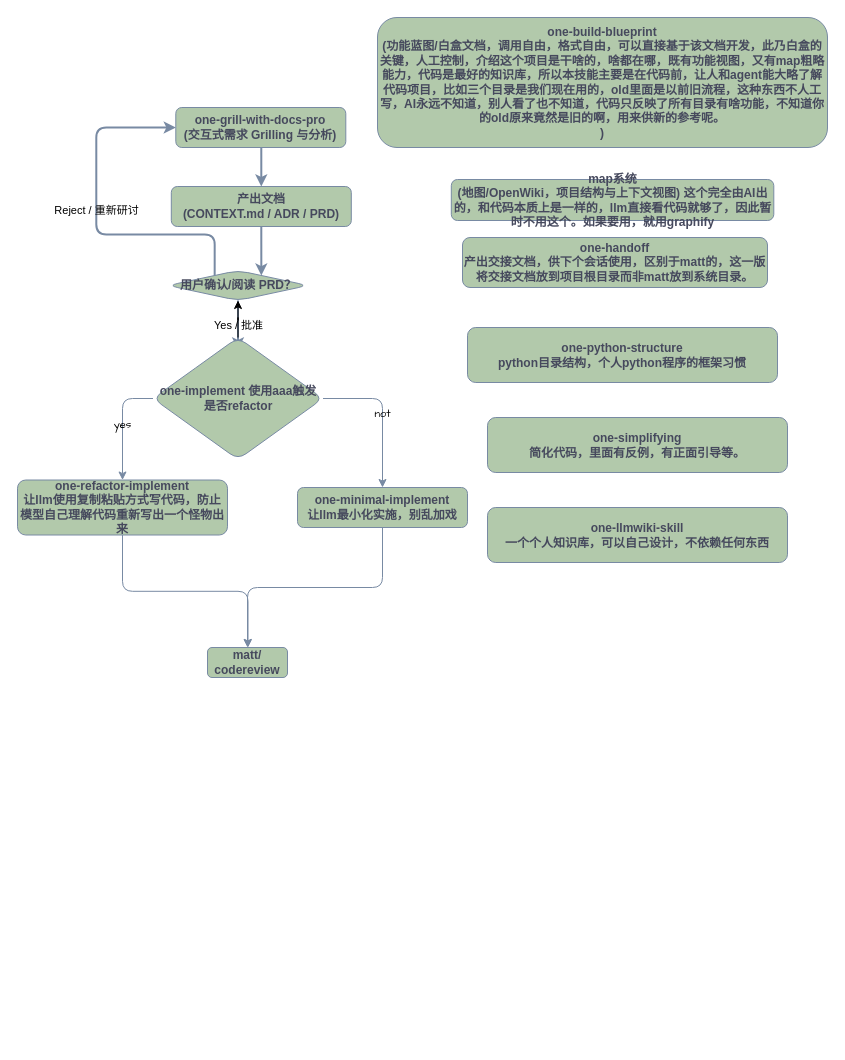
The draw.io diagram skills.drawio in wupengbo125/one-skills, before the edit. Source tidied: cells renumbered, new cells numbered last; positions are measured from the earlier drawing's top-left corner, leaving out a move shared by most shapes. Both pictures are drawn from the tidied source at 100%, with x=0, y=0 at pixel (17, 17).
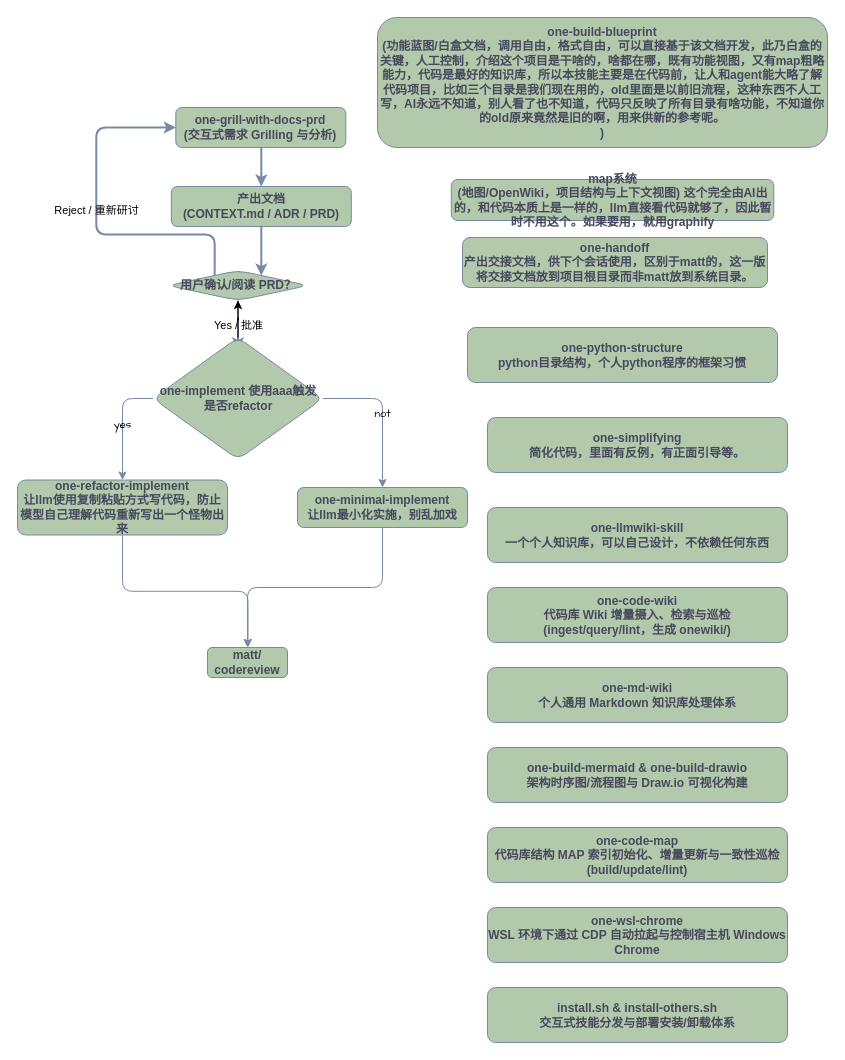
After the change.

The edit, as a diff of the source:
```diff
@@
-    <mxCell id="4" value="one-grill-with-docs-pro&lt;br&gt;(交互式需求 Grilling 与分析)" style="whiteSpace=wrap;html=1;fillColor=#B2C9AB;strokeColor=#788AA3;fontStyle=1;rounded=1;labelBackgroundColor=none;fontColor=#46495D;" parent="1" vertex="1">
+    <mxCell id="4" value="one-grill-with-docs-prd&lt;br&gt;(交互式需求 Grilling 与分析)" style="whiteSpace=wrap;html=1;fillColor=#B2C9AB;strokeColor=#788AA3;fontStyle=1;rounded=1;labelBackgroundColor=none;fontColor=#46495D;" parent="1" vertex="1">
       <mxGeometry x="158.3" y="90" width="170" height="40" as="geometry" />
     </mxCell>
@@
+    <mxCell id="25" value="one-code-wiki&lt;br&gt;代码库 Wiki 增量摄入、检索与巡检 (ingest/query/lint，生成 onewiki/)" style="whiteSpace=wrap;html=1;fillColor=#B2C9AB;strokeColor=#788AA3;fontStyle=1;rounded=1;labelBackgroundColor=none;fontColor=#46495D;" parent="1" vertex="1">
+      <mxGeometry x="470" y="570" width="300" height="55" as="geometry" />
+    </mxCell>
+    <mxCell id="26" value="one-md-wiki&lt;br&gt;个人通用 Markdown 知识库处理体系" style="whiteSpace=wrap;html=1;fillColor=#B2C9AB;strokeColor=#788AA3;fontStyle=1;rounded=1;labelBackgroundColor=none;fontColor=#46495D;" parent="1" vertex="1">
+      <mxGeometry x="470" y="650" width="300" height="55" as="geometry" />
+    </mxCell>
+    <mxCell id="27" value="one-build-mermaid &amp;amp; one-build-drawio&lt;br&gt;架构时序图/流程图与 Draw.io 可视化构建" style="whiteSpace=wrap;html=1;fillColor=#B2C9AB;strokeColor=#788AA3;fontStyle=1;rounded=1;labelBackgroundColor=none;fontColor=#46495D;" parent="1" vertex="1">
+      <mxGeometry x="470" y="730" width="300" height="55" as="geometry" />
+    </mxCell>
+    <mxCell id="28" value="one-code-map&lt;br&gt;代码库结构 MAP 索引初始化、增量更新与一致性巡检 (build/update/lint)" style="whiteSpace=wrap;html=1;fillColor=#B2C9AB;strokeColor=#788AA3;fontStyle=1;rounded=1;labelBackgroundColor=none;fontColor=#46495D;" parent="1" vertex="1">
+      <mxGeometry x="470" y="810" width="300" height="55" as="geometry" />
+    </mxCell>
+    <mxCell id="29" value="one-wsl-chrome&lt;br&gt;WSL 环境下通过 CDP 自动拉起与控制宿主机 Windows Chrome" style="whiteSpace=wrap;html=1;fillColor=#B2C9AB;strokeColor=#788AA3;fontStyle=1;rounded=1;labelBackgroundColor=none;fontColor=#46495D;" parent="1" vertex="1">
+      <mxGeometry x="470" y="890" width="300" height="55" as="geometry" />
+    </mxCell>
+    <mxCell id="30" value="install.sh &amp;amp; install-others.sh&lt;br&gt;交互式技能分发与部署安装/卸载体系" style="whiteSpace=wrap;html=1;fillColor=#B2C9AB;strokeColor=#788AA3;fontStyle=1;rounded=1;labelBackgroundColor=none;fontColor=#46495D;" parent="1" vertex="1">
+      <mxGeometry x="470" y="970" width="300" height="55" as="geometry" />
+    </mxCell>
```
